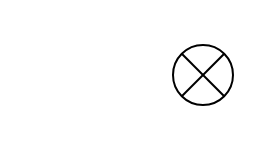
Before: CPA/CPA.drawio in Tianli-Wang/Draw.io, a draw.io diagram. Source tidied: cells renumbered, new cells numbered last; positions are measured from the earlier drawing's top-left corner, leaving out a move shared by most shapes. Both pictures are drawn from the tidied source at 200%, with x=0, y=0 at pixel (172, 44).
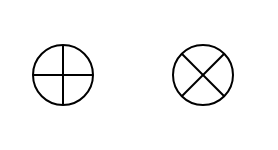
The same page after the edit.

What changed in the source:
```diff
@@
 <mxGraphModel>
   <root>
     <mxCell id="0" />
     <mxCell id="1" parent="0" />
     <mxCell id="2" style="group;rotation=45;" parent="1" vertex="1">
       <mxGeometry width="30" height="30" as="geometry" />
     </mxCell>
     <mxCell id="3" style="ellipse;whiteSpace=wrap;html=1;rotation=45;" parent="2" vertex="1">
       <mxGeometry width="30" height="30" as="geometry" />
     </mxCell>
     <mxCell id="4" style="endArrow=none;html=1;rounded=0;exitX=0;exitY=0.5;exitDx=0;exitDy=0;entryX=1;entryY=0.5;entryDx=0;entryDy=0;" parent="2" edge="1" source="3" target="3">
       <mxGeometry relative="1" as="geometry" />
     </mxCell>
     <mxCell id="5" style="endArrow=none;html=1;rounded=0;exitX=0.5;exitY=1;exitDx=0;exitDy=0;entryX=0.5;entryY=0;entryDx=0;entryDy=0;" parent="2" edge="1" source="3" target="3">
       <mxGeometry relative="1" as="geometry" />
     </mxCell>
+    <mxCell id="6" style="group;" parent="1" vertex="1">
+      <mxGeometry x="-70" width="30" height="30" as="geometry" />
+    </mxCell>
+    <mxCell id="7" style="ellipse;whiteSpace=wrap;html=1;" parent="6" vertex="1">
+      <mxGeometry width="30" height="30" as="geometry" />
+    </mxCell>
+    <mxCell id="8" style="endArrow=none;html=1;rounded=0;exitX=0;exitY=0.5;exitDx=0;exitDy=0;entryX=1;entryY=0.5;entryDx=0;entryDy=0;" parent="6" edge="1" source="7" target="7">
+      <mxGeometry relative="1" as="geometry" />
+    </mxCell>
+    <mxCell id="9" style="endArrow=none;html=1;rounded=0;exitX=0.5;exitY=1;exitDx=0;exitDy=0;entryX=0.5;entryY=0;entryDx=0;entryDy=0;" parent="6" edge="1" source="7" target="7">
+      <mxGeometry relative="1" as="geometry" />
+    </mxCell>
   </root>
 </mxGraphModel>
```
